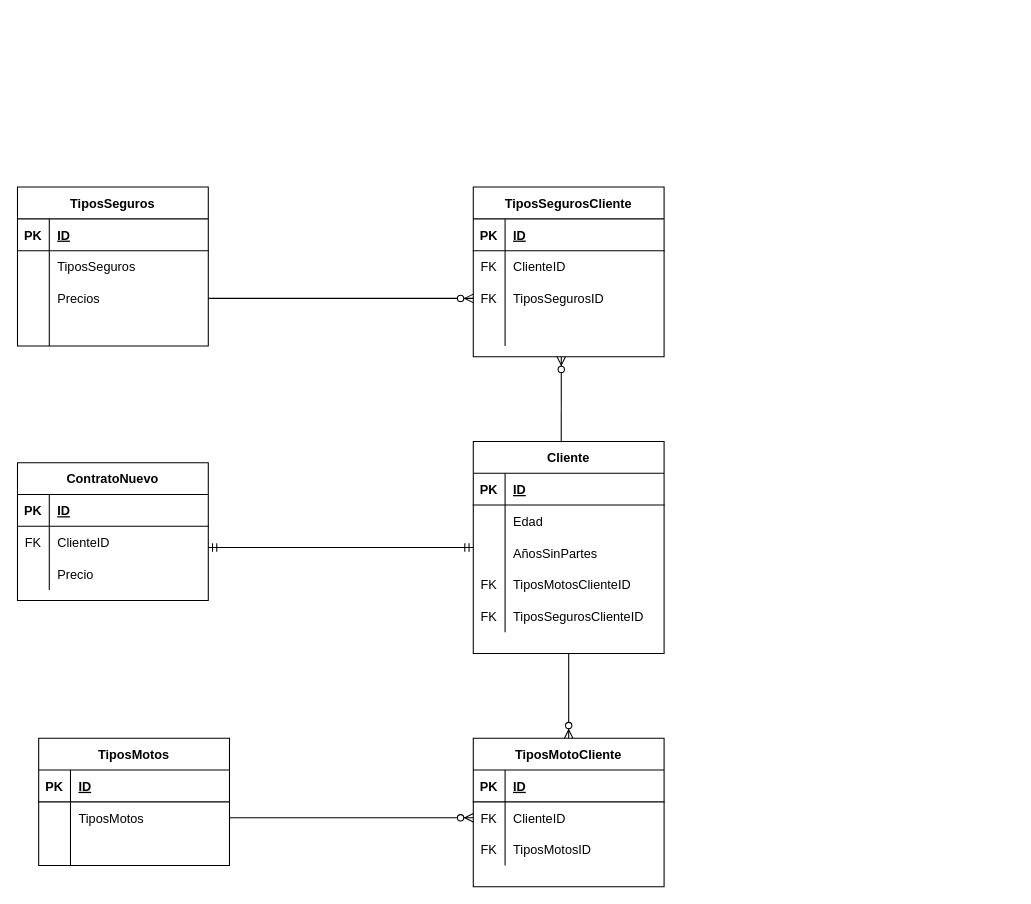
Before: EjercicioSeguros.drawio in dawnrock/diagrams, a draw.io diagram. Source tidied: cells renumbered, new cells numbered last; positions are measured from the earlier drawing's top-left corner, leaving out a move shared by most shapes. Both pictures are drawn from the tidied source at 106%, with x=0, y=0 at pixel (17, 187).
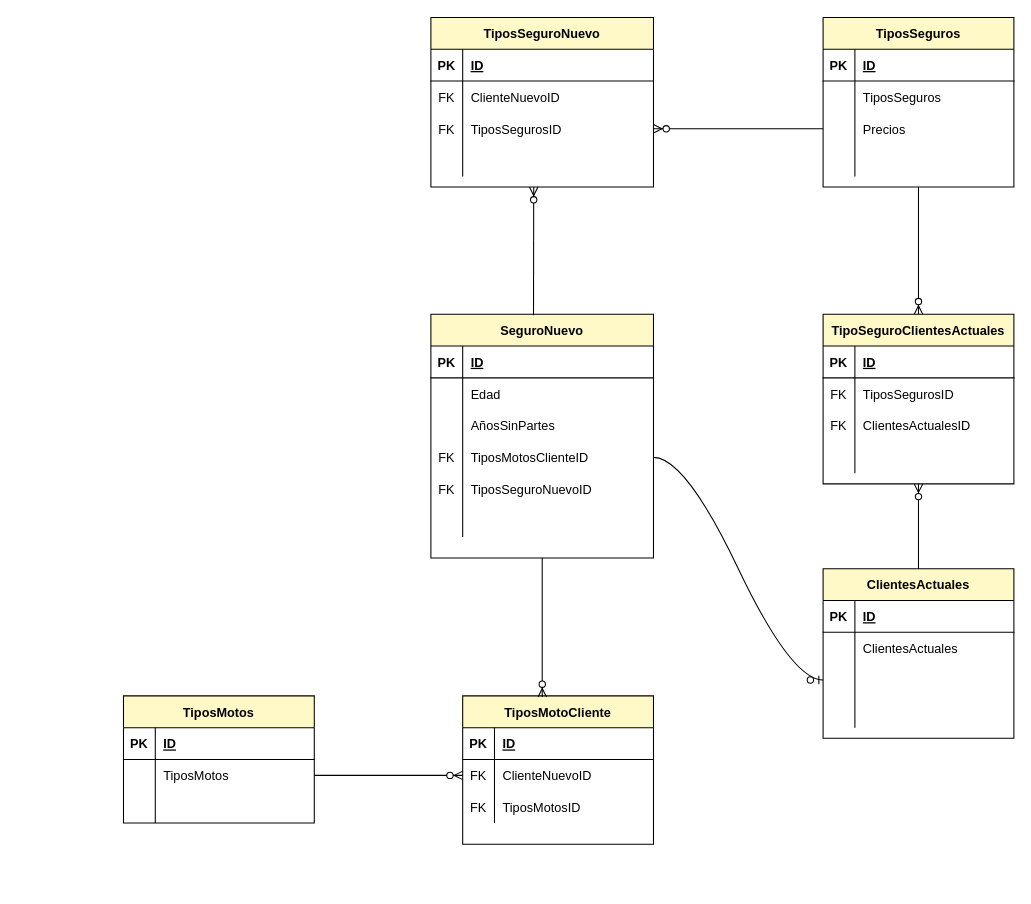
After the change.

Unchanged cells that the change refers to:
```xml
<mxCell id="35" style="shape=partialRectangle;fillColor=none;top=0;left=0;bottom=0;right=0;points=[[0,0.5],[1,0.5]];portConstraint=eastwest;" parent="28" vertex="1">
  <mxGeometry y="90" width="180" height="30" as="geometry" />
</mxCell>
<mxCell id="60" style="shape=partialRectangle;fillColor=none;top=0;left=0;bottom=0;right=0;points=[[0,0.5],[1,0.5]];portConstraint=eastwest;" parent="56" vertex="1">
  <mxGeometry y="60" width="180" height="30" as="geometry" />
</mxCell>
```

Diff of the diagram source:
```diff
@@
-    <mxCell id="2" value="Cliente" style="shape=table;startSize=30;childLayout=tableLayout;rowLines=0;fontStyle=1;align=center;" parent="1" vertex="1">
-      <mxGeometry x="430" y="240" width="180" height="200" as="geometry" />
+    <mxCell id="2" value="SeguroNuevo" style="shape=table;startSize=30;childLayout=tableLayout;rowLines=0;fontStyle=1;align=center;fillColor=#FFF8C7;" parent="1" vertex="1">
+      <mxGeometry x="390" y="120" width="210" height="230" as="geometry" />
     </mxCell>
     <mxCell id="3" style="shape=partialRectangle;fillColor=none;top=0;left=0;bottom=1;right=0;" parent="2" vertex="1">
-      <mxGeometry y="30" width="180" height="30" as="geometry" />
+      <mxGeometry y="30" width="210" height="30" as="geometry" />
     </mxCell>
@@
     <mxCell id="5" value="ID" style="shape=partialRectangle;fillColor=none;top=0;left=0;bottom=0;right=0;align=left;spacingLeft=6;fontStyle=5;overflow=hidden;" parent="3" vertex="1">
-      <mxGeometry x="30" width="150" height="30" as="geometry" />
+      <mxGeometry x="30" width="180" height="30" as="geometry" />
     </mxCell>
     <mxCell id="6" style="shape=partialRectangle;fillColor=none;top=0;left=0;bottom=0;right=0;" parent="2" vertex="1">
-      <mxGeometry y="60" width="180" height="30" as="geometry" />
+      <mxGeometry y="60" width="210" height="30" as="geometry" />
     </mxCell>
@@
     <mxCell id="8" value="Edad" style="shape=partialRectangle;fillColor=none;top=0;left=0;bottom=0;right=0;align=left;spacingLeft=6;overflow=hidden;" parent="6" vertex="1">
-      <mxGeometry x="30" width="150" height="30" as="geometry" />
+      <mxGeometry x="30" width="180" height="30" as="geometry" />
     </mxCell>
     <mxCell id="9" style="shape=partialRectangle;fillColor=none;top=0;left=0;bottom=0;right=0;" parent="2" vertex="1">
-      <mxGeometry y="90" width="180" height="30" as="geometry" />
+      <mxGeometry y="90" width="210" height="30" as="geometry" />
     </mxCell>
@@
     <mxCell id="11" value="AñosSinPartes" style="shape=partialRectangle;fillColor=none;top=0;left=0;bottom=0;right=0;align=left;spacingLeft=6;overflow=hidden;" parent="9" vertex="1">
-      <mxGeometry x="30" width="150" height="30" as="geometry" />
+      <mxGeometry x="30" width="180" height="30" as="geometry" />
     </mxCell>
     <mxCell id="12" style="shape=partialRectangle;fillColor=none;top=0;left=0;bottom=0;right=0;points=[[0,0.5],[1,0.5]];portConstraint=eastwest;" parent="2" vertex="1">
-      <mxGeometry y="120" width="180" height="30" as="geometry" />
+      <mxGeometry y="120" width="210" height="30" as="geometry" />
     </mxCell>
@@
     <mxCell id="14" value="TiposMotosClienteID" style="shape=partialRectangle;fillColor=none;top=0;left=0;bottom=0;right=0;align=left;spacingLeft=6;overflow=hidden;" parent="12" vertex="1">
-      <mxGeometry x="30" width="150" height="30" as="geometry" />
+      <mxGeometry x="30" width="180" height="30" as="geometry" />
     </mxCell>
     <mxCell id="15" style="shape=partialRectangle;fillColor=none;top=0;left=0;bottom=0;right=0;" parent="2" vertex="1">
-      <mxGeometry y="150" width="180" height="30" as="geometry" />
+      <mxGeometry y="150" width="210" height="30" as="geometry" />
     </mxCell>
@@
-    <mxCell id="17" value="TiposSegurosClienteID" style="shape=partialRectangle;fillColor=none;top=0;left=0;bottom=0;right=0;align=left;spacingLeft=6;overflow=hidden;" parent="15" vertex="1">
-      <mxGeometry x="30" width="150" height="30" as="geometry" />
+    <mxCell id="17" value="TiposSeguroNuevoID" style="shape=partialRectangle;fillColor=none;top=0;left=0;bottom=0;right=0;align=left;spacingLeft=6;overflow=hidden;" parent="15" vertex="1">
+      <mxGeometry x="30" width="180" height="30" as="geometry" />
     </mxCell>
+    <mxCell id="79" style="shape=partialRectangle;fillColor=none;top=0;left=0;bottom=0;right=0;" parent="2" vertex="1">
+      <mxGeometry y="180" width="210" height="30" as="geometry" />
+    </mxCell>
+    <mxCell id="80" style="shape=partialRectangle;fillColor=none;top=0;left=0;bottom=0;right=0;overflow=hidden;" parent="79" vertex="1">
+      <mxGeometry width="30" height="30" as="geometry" />
+    </mxCell>
+    <mxCell id="81" style="shape=partialRectangle;fillColor=none;top=0;left=0;bottom=0;right=0;align=left;spacingLeft=6;overflow=hidden;" parent="79" vertex="1">
+      <mxGeometry x="30" width="180" height="30" as="geometry" />
+    </mxCell>
-    <mxCell id="18" value="TiposMotos" style="shape=table;startSize=30;childLayout=tableLayout;rowLines=0;fontStyle=1;align=center;" parent="1" vertex="1">
-      <mxGeometry x="20" y="520" width="180" height="120" as="geometry" />
+    <mxCell id="18" value="TiposMotos" style="shape=table;startSize=30;childLayout=tableLayout;rowLines=0;fontStyle=1;align=center;fillColor=#FFF8C7;" parent="1" vertex="1">
+      <mxGeometry x="100" y="480" width="180" height="120" as="geometry" />
     </mxCell>
@@
-    <mxCell id="28" value="TiposSeguros" style="shape=table;startSize=30;childLayout=tableLayout;rowLines=0;fontStyle=1;align=center;" parent="1" vertex="1">
-      <mxGeometry width="180" height="150" as="geometry" />
+    <mxCell id="28" value="TiposSeguros" style="shape=table;startSize=30;childLayout=tableLayout;rowLines=0;fontStyle=1;align=center;fillColor=#FFF8C7;" parent="1" vertex="1">
+      <mxGeometry x="760" y="-160" width="180" height="160" as="geometry" />
     </mxCell>
@@
-    <mxCell id="41" value="TiposSegurosCliente" style="shape=table;startSize=30;childLayout=tableLayout;rowLines=0;fontStyle=1;align=center;" parent="1" vertex="1">
-      <mxGeometry x="430" width="180" height="160" as="geometry" />
+    <mxCell id="41" value="TiposSeguroNuevo" style="shape=table;startSize=30;childLayout=tableLayout;rowLines=0;fontStyle=1;align=center;fillColor=#FFF8C7;" parent="1" vertex="1">
+      <mxGeometry x="390" y="-160" width="210" height="160" as="geometry" />
     </mxCell>
     <mxCell id="42" style="shape=partialRectangle;fillColor=none;top=0;left=0;bottom=1;right=0;" parent="41" vertex="1">
-      <mxGeometry y="30" width="180" height="30" as="geometry" />
+      <mxGeometry y="30" width="210" height="30" as="geometry" />
     </mxCell>
@@
     <mxCell id="44" value="ID" style="shape=partialRectangle;fillColor=none;top=0;left=0;bottom=0;right=0;align=left;spacingLeft=6;fontStyle=5;overflow=hidden;" parent="42" vertex="1">
-      <mxGeometry x="30" width="150" height="30" as="geometry" />
+      <mxGeometry x="30" width="180" height="30" as="geometry" />
     </mxCell>
     <mxCell id="45" style="shape=partialRectangle;fillColor=none;top=0;left=0;bottom=0;right=0;" parent="41" vertex="1">
-      <mxGeometry y="60" width="180" height="30" as="geometry" />
+      <mxGeometry y="60" width="210" height="30" as="geometry" />
     </mxCell>
@@
-    <mxCell id="47" value="ClienteID" style="shape=partialRectangle;fillColor=none;top=0;left=0;bottom=0;right=0;align=left;spacingLeft=6;overflow=hidden;" parent="45" vertex="1">
-      <mxGeometry x="30" width="150" height="30" as="geometry" />
+    <mxCell id="47" value="ClienteNuevoID" style="shape=partialRectangle;fillColor=none;top=0;left=0;bottom=0;right=0;align=left;spacingLeft=6;overflow=hidden;" parent="45" vertex="1">
+      <mxGeometry x="30" width="180" height="30" as="geometry" />
     </mxCell>
     <mxCell id="48" style="shape=partialRectangle;fillColor=none;top=0;left=0;bottom=0;right=0;points=[[0,0.5],[1,0.5]];portConstraint=eastwest;" parent="41" vertex="1">
-      <mxGeometry y="90" width="180" height="30" as="geometry" />
+      <mxGeometry y="90" width="210" height="30" as="geometry" />
     </mxCell>
@@
     <mxCell id="50" value="TiposSegurosID" style="shape=partialRectangle;fillColor=none;top=0;left=0;bottom=0;right=0;align=left;spacingLeft=6;overflow=hidden;" parent="48" vertex="1">
-      <mxGeometry x="30" width="150" height="30" as="geometry" />
+      <mxGeometry x="30" width="180" height="30" as="geometry" />
     </mxCell>
     <mxCell id="51" style="shape=partialRectangle;fillColor=none;top=0;left=0;bottom=0;right=0;" parent="41" vertex="1">
-      <mxGeometry y="120" width="180" height="30" as="geometry" />
+      <mxGeometry y="120" width="210" height="30" as="geometry" />
     </mxCell>
@@
     <mxCell id="53" style="shape=partialRectangle;fillColor=none;top=0;left=0;bottom=0;right=0;align=left;spacingLeft=6;overflow=hidden;" parent="51" vertex="1">
-      <mxGeometry x="30" width="150" height="30" as="geometry" />
+      <mxGeometry x="30" width="180" height="30" as="geometry" />
     </mxCell>
-    <mxCell id="54" style="edgeStyle=entityRelationEdgeStyle;fontSize=12;html=1;endArrow=ERzeroToMany;endFill=1;rounded=0;entryX=0;entryY=0.5;entryDx=0;entryDy=0;" parent="1" edge="1" source="35" target="48">
+    <mxCell id="54" style="edgeStyle=entityRelationEdgeStyle;fontSize=12;html=1;endArrow=ERzeroToMany;endFill=1;rounded=0;entryX=1;entryY=0.5;entryDx=0;entryDy=0;" parent="1" edge="1" source="35" target="48">
       <mxGeometry relative="1" as="geometry" />
     </mxCell>
     <mxCell id="55" style="fontSize=12;html=1;endArrow=ERzeroToMany;endFill=1;rounded=0;exitX=0.461;exitY=0.004;exitDx=0;exitDy=0;exitPerimeter=0;" parent="1" edge="1" source="2">
       <mxGeometry relative="1" as="geometry">
-        <mxPoint x="513" y="160" as="targetPoint" />
+        <mxPoint x="487" as="targetPoint" />
       </mxGeometry>
     </mxCell>
-    <mxCell id="56" value="TiposMotoCliente" style="shape=table;startSize=30;childLayout=tableLayout;rowLines=0;fontStyle=1;align=center;" parent="1" vertex="1">
-      <mxGeometry x="430" y="520" width="180" height="140" as="geometry" />
+    <mxCell id="56" value="TiposMotoCliente" style="shape=table;startSize=30;childLayout=tableLayout;rowLines=0;fontStyle=1;align=center;fillColor=#FFF8C7;" parent="1" vertex="1">
+      <mxGeometry x="420" y="480" width="180" height="140" as="geometry" />
     </mxCell>
@@
-    <mxCell id="62" value="ClienteID" style="shape=partialRectangle;fillColor=none;top=0;left=0;bottom=0;right=0;align=left;spacingLeft=6;overflow=hidden;" parent="60" vertex="1">
+    <mxCell id="62" value="ClienteNuevoID" style="shape=partialRectangle;fillColor=none;top=0;left=0;bottom=0;right=0;align=left;spacingLeft=6;overflow=hidden;" parent="60" vertex="1">
       <mxGeometry x="30" width="150" height="30" as="geometry" />
     </mxCell>
@@
-    <mxCell id="67" style="fontSize=12;html=1;endArrow=ERzeroToMany;endFill=1;rounded=0;exitX=0.5;exitY=1;exitDx=0;exitDy=0;entryX=0.5;entryY=0;entryDx=0;entryDy=0;" parent="1" edge="1" source="2" target="56">
+    <mxCell id="67" style="fontSize=12;html=1;endArrow=ERzeroToMany;endFill=1;rounded=0;exitX=0.5;exitY=1;exitDx=0;exitDy=0;entryX=0.417;entryY=0.007;entryDx=0;entryDy=0;entryPerimeter=0;" parent="1" edge="1" source="2" target="56">
       <mxGeometry relative="1" as="geometry" />
     </mxCell>
-    <mxCell id="68" value="ContratoNuevo" style="shape=table;startSize=30;childLayout=tableLayout;rowLines=0;fontStyle=1;align=center;" parent="1" vertex="1">
-      <mxGeometry y="260" width="180" height="130" as="geometry" />
-    </mxCell>
-    <mxCell id="69" style="shape=partialRectangle;fillColor=none;top=0;left=0;bottom=1;right=0;" parent="68" vertex="1">
-      <mxGeometry y="30" width="180" height="30" as="geometry" />
-    </mxCell>
-    <mxCell id="70" value="PK" style="shape=partialRectangle;fillColor=none;top=0;left=0;bottom=0;right=0;fontStyle=1;overflow=hidden;" parent="69" vertex="1">
-      <mxGeometry width="30" height="30" as="geometry" />
-    </mxCell>
-    <mxCell id="71" value="ID" style="shape=partialRectangle;fillColor=none;top=0;left=0;bottom=0;right=0;align=left;spacingLeft=6;fontStyle=5;overflow=hidden;" parent="69" vertex="1">
-      <mxGeometry x="30" width="150" height="30" as="geometry" />
-    </mxCell>
-    <mxCell id="72" style="shape=partialRectangle;fillColor=none;top=0;left=0;bottom=0;right=0;" parent="68" vertex="1">
-      <mxGeometry y="60" width="180" height="30" as="geometry" />
-    </mxCell>
-    <mxCell id="73" value="FK" style="shape=partialRectangle;fillColor=none;top=0;left=0;bottom=0;right=0;overflow=hidden;" parent="72" vertex="1">
-      <mxGeometry width="30" height="30" as="geometry" />
-    </mxCell>
-    <mxCell id="74" value="ClienteID" style="shape=partialRectangle;fillColor=none;top=0;left=0;bottom=0;right=0;align=left;spacingLeft=6;overflow=hidden;" parent="72" vertex="1">
-      <mxGeometry x="30" width="150" height="30" as="geometry" />
-    </mxCell>
-    <mxCell id="75" style="shape=partialRectangle;fillColor=none;top=0;left=0;bottom=0;right=0;" parent="68" vertex="1">
-      <mxGeometry y="90" width="180" height="30" as="geometry" />
-    </mxCell>
-    <mxCell id="76" style="shape=partialRectangle;fillColor=none;top=0;left=0;bottom=0;right=0;overflow=hidden;" parent="75" vertex="1">
-      <mxGeometry width="30" height="30" as="geometry" />
-    </mxCell>
-    <mxCell id="77" value="Precio" style="shape=partialRectangle;fillColor=none;top=0;left=0;bottom=0;right=0;align=left;spacingLeft=6;overflow=hidden;" parent="75" vertex="1">
-      <mxGeometry x="30" width="150" height="30" as="geometry" />
-    </mxCell>
-    <mxCell id="78" style="fontSize=12;html=1;endArrow=ERmandOne;startArrow=ERmandOne;rounded=0;" parent="1" edge="1">
-      <mxGeometry relative="1" as="geometry">
-        <mxPoint x="430" y="340" as="sourcePoint" />
-        <mxPoint x="180" y="340" as="targetPoint" />
-      </mxGeometry>
-    </mxCell>
+    <mxCell id="82" value="ClientesActuales" style="shape=table;startSize=30;childLayout=tableLayout;rowLines=0;fontStyle=1;align=center;fillColor=#FFF8C7;" parent="1" vertex="1">
+      <mxGeometry x="760" y="360" width="180" height="160" as="geometry" />
+    </mxCell>
+    <mxCell id="83" style="shape=partialRectangle;fillColor=none;top=0;left=0;bottom=1;right=0;" parent="82" vertex="1">
+      <mxGeometry y="30" width="180" height="30" as="geometry" />
+    </mxCell>
+    <mxCell id="84" value="PK" style="shape=partialRectangle;fillColor=none;top=0;left=0;bottom=0;right=0;fontStyle=1;overflow=hidden;" parent="83" vertex="1">
+      <mxGeometry width="30" height="30" as="geometry" />
+    </mxCell>
+    <mxCell id="85" value="ID" style="shape=partialRectangle;fillColor=none;top=0;left=0;bottom=0;right=0;align=left;spacingLeft=6;fontStyle=5;overflow=hidden;" parent="83" vertex="1">
+      <mxGeometry x="30" width="150" height="30" as="geometry" />
+    </mxCell>
+    <mxCell id="86" style="shape=partialRectangle;fillColor=none;top=0;left=0;bottom=0;right=0;" parent="82" vertex="1">
+      <mxGeometry y="60" width="180" height="30" as="geometry" />
+    </mxCell>
+    <mxCell id="87" style="shape=partialRectangle;fillColor=none;top=0;left=0;bottom=0;right=0;overflow=hidden;" parent="86" vertex="1">
+      <mxGeometry width="30" height="30" as="geometry" />
+    </mxCell>
+    <mxCell id="88" value="ClientesActuales" style="shape=partialRectangle;fillColor=none;top=0;left=0;bottom=0;right=0;align=left;spacingLeft=6;overflow=hidden;" parent="86" vertex="1">
+      <mxGeometry x="30" width="150" height="30" as="geometry" />
+    </mxCell>
+    <mxCell id="89" style="shape=partialRectangle;fillColor=none;top=0;left=0;bottom=0;right=0;points=[[0,0.5],[1,0.5]];portConstraint=eastwest;" parent="82" vertex="1">
+      <mxGeometry y="90" width="180" height="30" as="geometry" />
+    </mxCell>
+    <mxCell id="90" style="shape=partialRectangle;fillColor=none;top=0;left=0;bottom=0;right=0;overflow=hidden;" parent="89" vertex="1">
+      <mxGeometry width="30" height="30" as="geometry" />
+    </mxCell>
+    <mxCell id="91" style="shape=partialRectangle;fillColor=none;top=0;left=0;bottom=0;right=0;align=left;spacingLeft=6;overflow=hidden;" parent="89" vertex="1">
+      <mxGeometry x="30" width="150" height="30" as="geometry" />
+    </mxCell>
+    <mxCell id="92" style="shape=partialRectangle;fillColor=none;top=0;left=0;bottom=0;right=0;" parent="82" vertex="1">
+      <mxGeometry y="120" width="180" height="30" as="geometry" />
+    </mxCell>
+    <mxCell id="93" style="shape=partialRectangle;fillColor=none;top=0;left=0;bottom=0;right=0;overflow=hidden;" parent="92" vertex="1">
+      <mxGeometry width="30" height="30" as="geometry" />
+    </mxCell>
+    <mxCell id="94" style="shape=partialRectangle;fillColor=none;top=0;left=0;bottom=0;right=0;align=left;spacingLeft=6;overflow=hidden;" parent="92" vertex="1">
+      <mxGeometry x="30" width="150" height="30" as="geometry" />
+    </mxCell>
+    <mxCell id="95" value="TipoSeguroClientesActuales" style="shape=table;startSize=30;childLayout=tableLayout;rowLines=0;fontStyle=1;align=center;fillColor=#FFF8C7;" parent="1" vertex="1">
+      <mxGeometry x="760" y="120" width="180" height="160" as="geometry" />
+    </mxCell>
+    <mxCell id="96" style="shape=partialRectangle;fillColor=none;top=0;left=0;bottom=1;right=0;" parent="95" vertex="1">
+      <mxGeometry y="30" width="180" height="30" as="geometry" />
+    </mxCell>
+    <mxCell id="97" value="PK" style="shape=partialRectangle;fillColor=none;top=0;left=0;bottom=0;right=0;fontStyle=1;overflow=hidden;" parent="96" vertex="1">
+      <mxGeometry width="30" height="30" as="geometry" />
+    </mxCell>
+    <mxCell id="98" value="ID" style="shape=partialRectangle;fillColor=none;top=0;left=0;bottom=0;right=0;align=left;spacingLeft=6;fontStyle=5;overflow=hidden;" parent="96" vertex="1">
+      <mxGeometry x="30" width="150" height="30" as="geometry" />
+    </mxCell>
+    <mxCell id="99" style="shape=partialRectangle;fillColor=none;top=0;left=0;bottom=0;right=0;" parent="95" vertex="1">
+      <mxGeometry y="60" width="180" height="30" as="geometry" />
+    </mxCell>
+    <mxCell id="100" value="FK" style="shape=partialRectangle;fillColor=none;top=0;left=0;bottom=0;right=0;overflow=hidden;" parent="99" vertex="1">
+      <mxGeometry width="30" height="30" as="geometry" />
+    </mxCell>
+    <mxCell id="101" value="TiposSegurosID" style="shape=partialRectangle;fillColor=none;top=0;left=0;bottom=0;right=0;align=left;spacingLeft=6;overflow=hidden;" parent="99" vertex="1">
+      <mxGeometry x="30" width="150" height="30" as="geometry" />
+    </mxCell>
+    <mxCell id="102" style="shape=partialRectangle;fillColor=none;top=0;left=0;bottom=0;right=0;" parent="95" vertex="1">
+      <mxGeometry y="90" width="180" height="30" as="geometry" />
+    </mxCell>
+    <mxCell id="103" value="FK" style="shape=partialRectangle;fillColor=none;top=0;left=0;bottom=0;right=0;overflow=hidden;" parent="102" vertex="1">
+      <mxGeometry width="30" height="30" as="geometry" />
+    </mxCell>
+    <mxCell id="104" value="ClientesActualesID" style="shape=partialRectangle;fillColor=none;top=0;left=0;bottom=0;right=0;align=left;spacingLeft=6;overflow=hidden;" parent="102" vertex="1">
+      <mxGeometry x="30" width="150" height="30" as="geometry" />
+    </mxCell>
+    <mxCell id="105" style="shape=partialRectangle;fillColor=none;top=0;left=0;bottom=0;right=0;" parent="95" vertex="1">
+      <mxGeometry y="120" width="180" height="30" as="geometry" />
+    </mxCell>
+    <mxCell id="106" style="shape=partialRectangle;fillColor=none;top=0;left=0;bottom=0;right=0;overflow=hidden;" parent="105" vertex="1">
+      <mxGeometry width="30" height="30" as="geometry" />
+    </mxCell>
+    <mxCell id="107" style="shape=partialRectangle;fillColor=none;top=0;left=0;bottom=0;right=0;align=left;spacingLeft=6;overflow=hidden;" parent="105" vertex="1">
+      <mxGeometry x="30" width="150" height="30" as="geometry" />
+    </mxCell>
+    <mxCell id="108" style="fontSize=12;html=1;endArrow=ERzeroToMany;endFill=1;rounded=0;entryX=0.5;entryY=0;entryDx=0;entryDy=0;exitX=0.5;exitY=1;exitDx=0;exitDy=0;" parent="1" edge="1" source="28" target="95">
+      <mxGeometry relative="1" as="geometry" />
+    </mxCell>
+    <mxCell id="109" style="fontSize=12;html=1;endArrow=ERzeroToMany;endFill=1;rounded=0;exitX=0.5;exitY=0;exitDx=0;exitDy=0;entryX=0.5;entryY=1;entryDx=0;entryDy=0;" parent="1" edge="1" source="82" target="95">
+      <mxGeometry relative="1" as="geometry" />
+    </mxCell>
+    <mxCell id="110" style="edgeStyle=entityRelationEdgeStyle;fontSize=12;html=1;endArrow=ERzeroToOne;endFill=1;rounded=0;curved=1;" parent="1" edge="1" source="12" target="89">
+      <mxGeometry relative="1" as="geometry" />
+    </mxCell>
```
